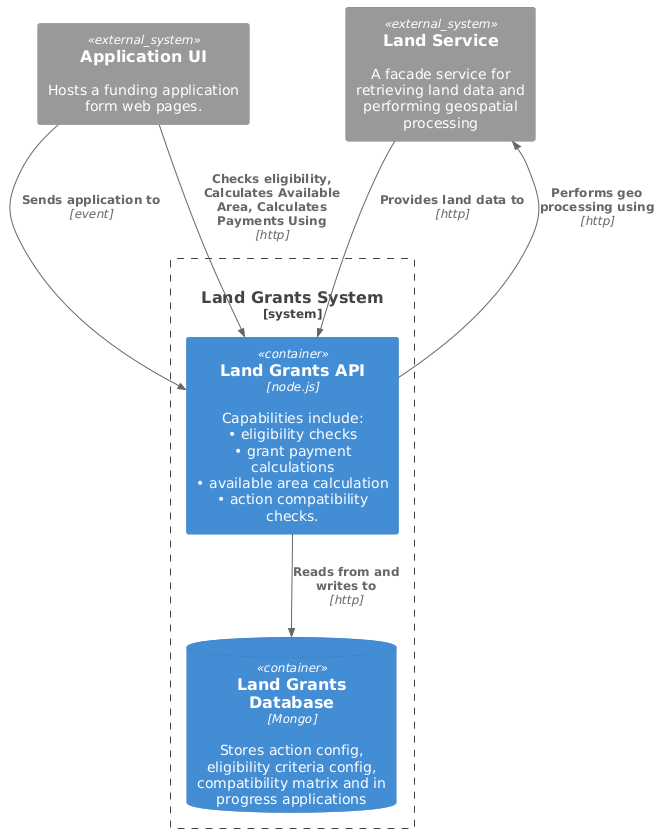
This is docs/_export/Land Grants System Container.png from BugBareDrums/temp-frps-cdp, a PlantUML export, as it was before one commit. Source of this version:
```plantuml
@startuml
!include https://raw.githubusercontent.com/plantuml-stdlib/C4-PlantUML/master/C4_Container.puml
  !include https://raw.githubusercontent.com/plantuml-stdlib/C4-PlantUML/master/C4_Context.puml

  !procedure system($type="internal", $id, $name, $description)
      !if $type == "external"
          System_Ext($id, $name, $description)
      !else
          System($id, $name, $description)
      !endif
  !endprocedure

  !procedure landGrants($type = "internal")
      $system($type, "landGrants", "Land Grants System", "Aids the processing of land grant applications.")
  !endprocedure

  !procedure applicationUi($type = "internal")
      $system($type, "applicationUi", "Application UI", "Hosts a funding application form web pages.")
  !endprocedure

  !procedure applicationManagement($type = "internal")
      $system($type, "applicationManagement", "Application Management", "Orchestrates the application process, gives information and management control to operations teams.")
  !endprocedure

  !procedure applicationBuilder($type = "internal")
      $system($type, "applicationBuilder", "Application Builder", "Builds and maintains funding schemes and actions. Configures the other systems so they stay in sync.")
  !endprocedure

  !procedure arcGis($type = "external")
    $system($type, "arcGis", "ArcGIS", "A system providing land data and geospatial processing")
  !endprocedure

  !procedure paymentHub()
    $system("external", "paymentHub", "Payment Hub", "A system for processing payments")
  !endprocedure

  !procedure fraudService()
    $system("external", "fraudService", "Fraud Service", "Access to fraud markers Fraud status assessment")
  !endprocedure

  !procedure agreementService()
    $system("external", "agreementService", "Agreement Service", "A service for creation of agreements, payment schedules and (contract signing?)")
  !endprocedure

  !procedure lms()
    $system("external", "lms", "Land Management Service", "Existing system of record for land data")
  !endprocedure

  !procedure landChangeAudit()
    SystemDb("landChangeAudit", "Land Change Audit", "A database of land change events")
  !endprocedure

  !procedure landService($type = "external")
    $system($type, "landService", "Land Service", "A facade service for retrieving land data and performing geospatial processing")
  !endprocedure
  !include https://raw.githubusercontent.com/plantuml-stdlib/C4-PlantUML/master/C4_Container.puml

  !procedure applicant()
    Person(applicant, "Applicant", "A person applying for funding on behalf of a business")
  !endprocedure

  !procedure policyImplementer()
    Person(policyImplementer, "Policy Implementer", "A person responsible for productionising policy")
  !endprocedure

  !procedure operationsProcessor()
    Person(operationsProcessor, "Operations Processor", "A person responsible for assisting in the application process")
  !endprocedure

  applicationUi("external")

  System_Boundary(landGrants, "Land Grants System") {
    Container(grantApi, "Land Grants API", "node.js", "Capabilities include: \n• eligibility checks\n• grant payment calculations\n• available area calculation\n• action compatibility checks.")
    ContainerDb(grantDb, "Land Grants Database", "Mongo", "Stores action config, eligibility criteria config, compatibility matrix and in progress applications")
  }

  Rel(applicationUi, grantApi, "Sends application to", "event")
  Rel(applicationUi, grantApi, "Checks eligibility, Calculates Available Area, Calculates Payments Using", "http")
  Rel(grantApi, grantDb, "Reads from and writes to", "http")


  landService()


  Rel(landService, grantApi, "Provides land data to", "http")
  Rel(grantApi, landService, "Performs geo processing using", "http")
@enduml
```
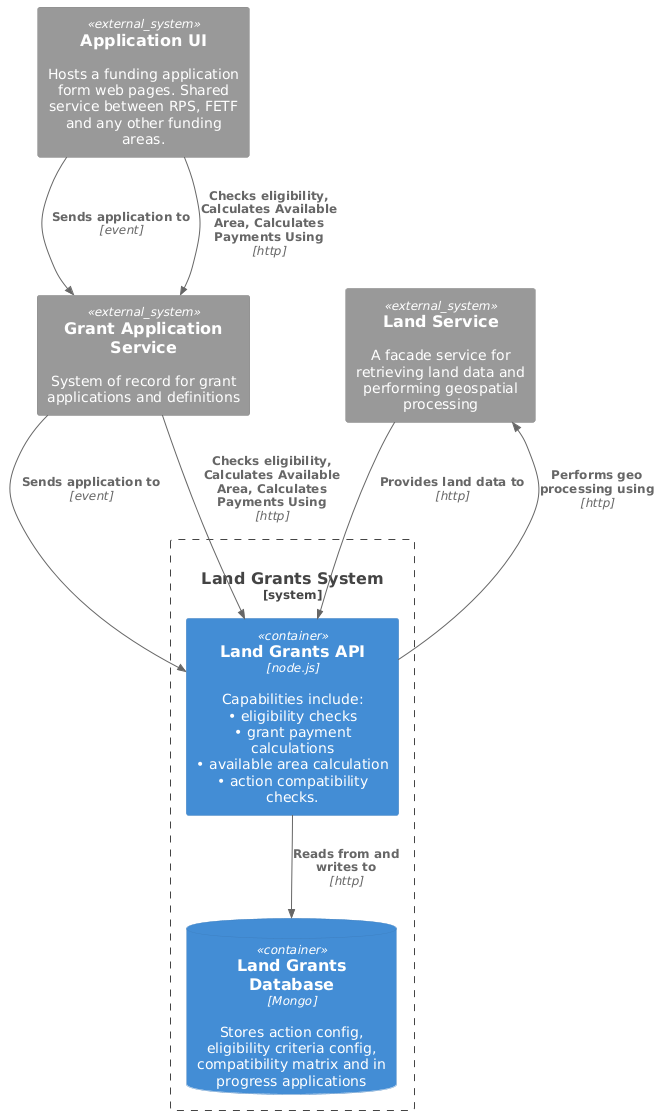
The same file after the commit.

The edit, as a diff of the source:
```diff
@@ -15,7 +15,7 @@
   !endprocedure
 
   !procedure applicationUi($type = "internal")
-      $system($type, "applicationUi", "Application UI", "Hosts a funding application form web pages.")
+      $system($type, "applicationUi", "Application UI", "Hosts a funding application form web pages. Shared service between RPS, FETF and any other funding areas.")
   !endprocedure
 
   !procedure applicationManagement($type = "internal")
@@ -30,6 +30,10 @@
     $system($type, "arcGis", "ArcGIS", "A system providing land data and geospatial processing")
   !endprocedure
 
+  !procedure agreementSystem($type = "external")
+    $system($type, "agreementSystem", "Agreement Service", "System of record for active and historic agreements")
+  !endprocedure
+
   !procedure paymentHub()
     $system("external", "paymentHub", "Payment Hub", "A system for processing payments")
   !endprocedure
@@ -38,8 +42,12 @@
     $system("external", "fraudService", "Fraud Service", "Access to fraud markers Fraud status assessment")
   !endprocedure
 
-  !procedure agreementService()
-    $system("external", "agreementService", "Agreement Service", "A service for creation of agreements, payment schedules and (contract signing?)")
+  !procedure singleFrontDoor()
+    $system("external", "singleFrontDoor", "Single Front Door", "A login and home page for all DEFRA farming")
+  !endprocedure
+
+  !procedure identity()
+    $system("external", "identity", "DEFRA.Identity", "A system for managing user identities")
   !endprocedure
 
   !procedure lms()
@@ -52,6 +60,10 @@
 
   !procedure landService($type = "external")
     $system($type, "landService", "Land Service", "A facade service for retrieving land data and performing geospatial processing")
+  !endprocedure
+
+  !procedure grantApplicationService($type = "external")
+    $system($type, "grantApplicationService", "Grant Application Service", "System of record for grant applications and definitions")
   !endprocedure
   !include https://raw.githubusercontent.com/plantuml-stdlib/C4-PlantUML/master/C4_Container.puml
 
@@ -68,14 +80,17 @@
   !endprocedure
 
   applicationUi("external")
+  grantApplicationService("external")
 
   System_Boundary(landGrants, "Land Grants System") {
     Container(grantApi, "Land Grants API", "node.js", "Capabilities include: \n• eligibility checks\n• grant payment calculations\n• available area calculation\n• action compatibility checks.")
     ContainerDb(grantDb, "Land Grants Database", "Mongo", "Stores action config, eligibility criteria config, compatibility matrix and in progress applications")
   }
 
-  Rel(applicationUi, grantApi, "Sends application to", "event")
-  Rel(applicationUi, grantApi, "Checks eligibility, Calculates Available Area, Calculates Payments Using", "http")
+  Rel(applicationUi, grantApplicationService, "Sends application to", "event")
+  Rel(applicationUi, grantApplicationService, "Checks eligibility, Calculates Available Area, Calculates Payments Using", "http")
+  Rel(grantApplicationService, grantApi, "Sends application to", "event")
+  Rel(grantApplicationService, grantApi, "Checks eligibility, Calculates Available Area, Calculates Payments Using", "http")
   Rel(grantApi, grantDb, "Reads from and writes to", "http")
 
 
```
